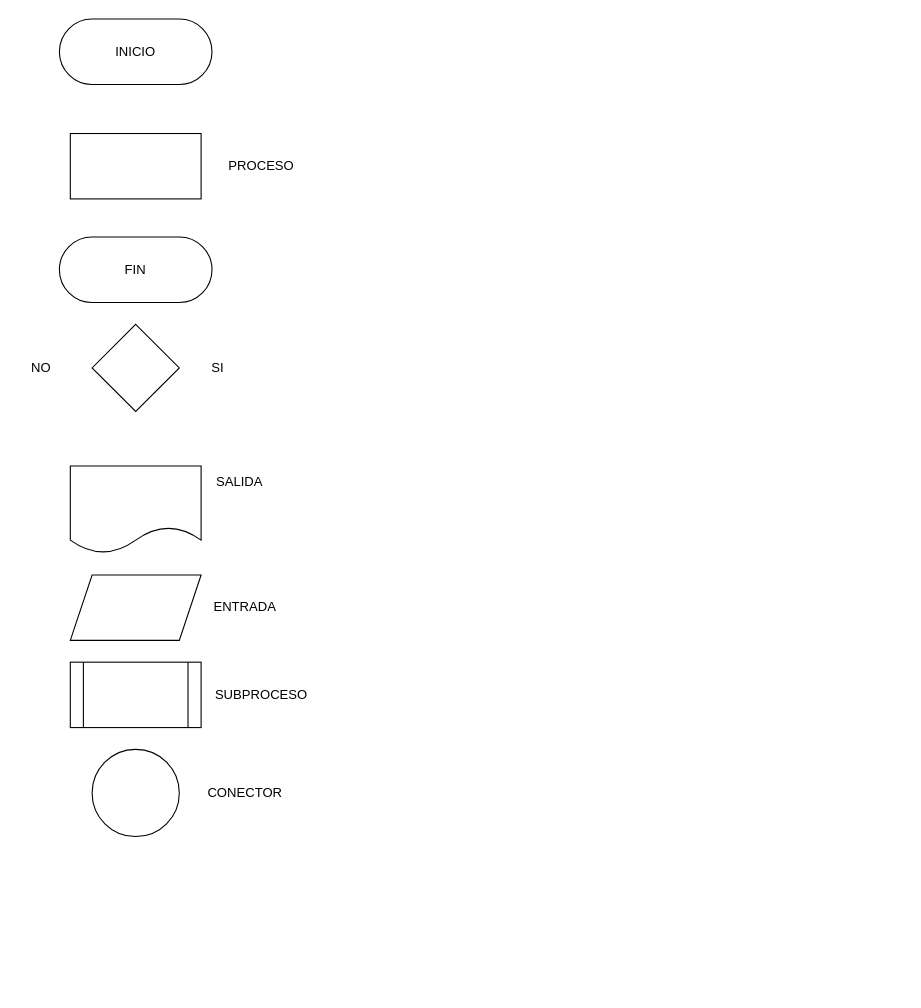
Before: Clase 01.drawio in Fran2109/Algoritmos_y_Estructuras_de_Datos, a draw.io diagram. Source tidied: cells renumbered, new cells numbered last; positions are measured from the earlier drawing's top-left corner, leaving out a move shared by most shapes. Both pictures are drawn from the tidied source at 109%, with x=0, y=0 at pixel (19, 19).
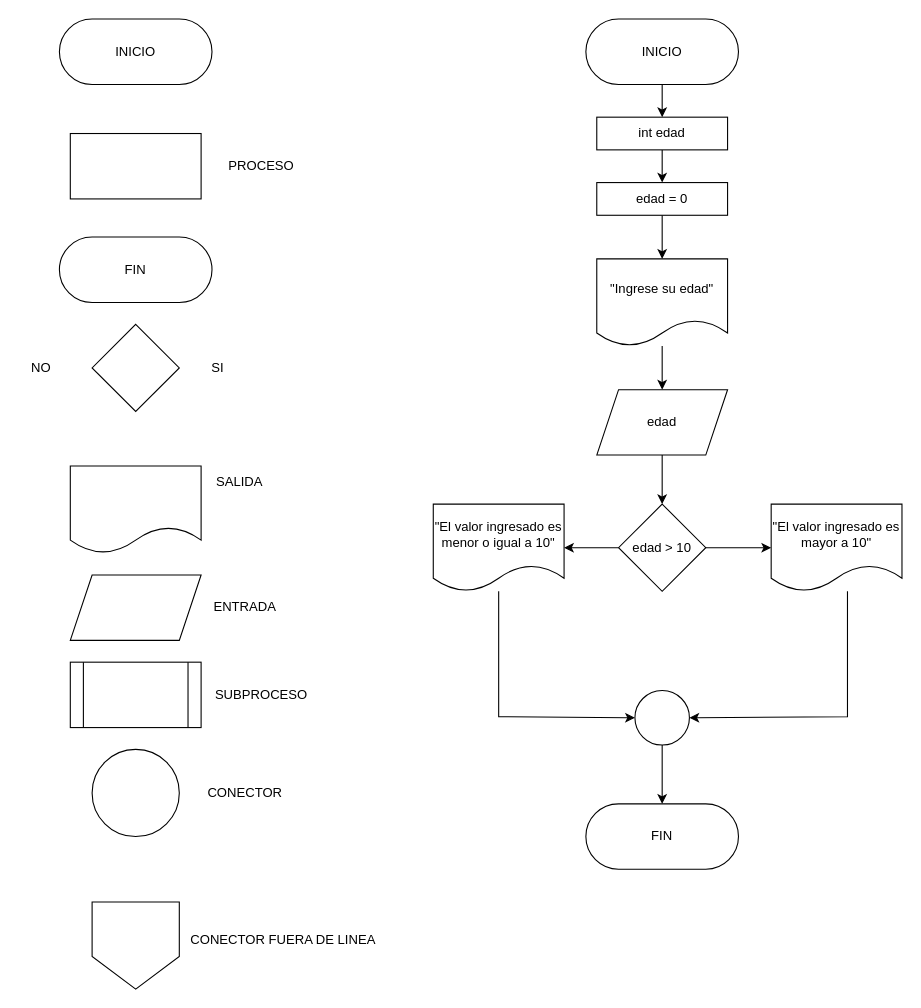
The same diagram, later.

Change to the diagram source:
```diff
@@
+    <mxCell id="17" style="shape=offPageConnector;whiteSpace=wrap;html=1;" parent="1" vertex="1">
+      <mxGeometry x="67" y="810" width="80" height="80" as="geometry" />
+    </mxCell>
+    <mxCell id="18" value="CONECTOR FUERA DE LINEA" style="text;html=1;align=center;verticalAlign=middle;strokeColor=none;fillColor=none;" parent="1" vertex="1">
+      <mxGeometry x="147" y="830" width="190" height="30" as="geometry" />
+    </mxCell>
+    <mxCell id="19" style="edgeStyle=orthogonalEdgeStyle;rounded=0;jettySize=auto;html=1;" parent="1" edge="1" source="20" target="22">
+      <mxGeometry relative="1" as="geometry" />
+    </mxCell>
+    <mxCell id="20" value="INICIO" style="rounded=1;whiteSpace=wrap;html=1;arcSize=50;" parent="1" vertex="1">
+      <mxGeometry x="520" width="140" height="60" as="geometry" />
+    </mxCell>
+    <mxCell id="21" style="edgeStyle=orthogonalEdgeStyle;rounded=0;jettySize=auto;html=1;" parent="1" edge="1" source="22" target="24">
+      <mxGeometry relative="1" as="geometry" />
+    </mxCell>
+    <mxCell id="22" value="int edad" style="rounded=0;whiteSpace=wrap;html=1;" parent="1" vertex="1">
+      <mxGeometry x="530" y="90" width="120" height="30" as="geometry" />
+    </mxCell>
+    <mxCell id="23" style="edgeStyle=orthogonalEdgeStyle;rounded=0;jettySize=auto;html=1;" parent="1" edge="1" source="24" target="26">
+      <mxGeometry relative="1" as="geometry" />
+    </mxCell>
+    <mxCell id="24" value="edad = 0" style="rounded=0;whiteSpace=wrap;html=1;" parent="1" vertex="1">
+      <mxGeometry x="530" y="150" width="120" height="30" as="geometry" />
+    </mxCell>
+    <mxCell id="25" style="edgeStyle=orthogonalEdgeStyle;rounded=0;jettySize=auto;html=1;" parent="1" edge="1" source="26" target="28">
+      <mxGeometry relative="1" as="geometry" />
+    </mxCell>
+    <mxCell id="26" value="&quot;Ingrese su edad&quot;" style="shape=document;whiteSpace=wrap;html=1;boundedLbl=1;" parent="1" vertex="1">
+      <mxGeometry x="530" y="220" width="120" height="80" as="geometry" />
+    </mxCell>
+    <mxCell id="27" style="edgeStyle=orthogonalEdgeStyle;rounded=0;jettySize=auto;html=1;" parent="1" edge="1" source="28" target="31">
+      <mxGeometry relative="1" as="geometry" />
+    </mxCell>
+    <mxCell id="28" value="edad" style="shape=parallelogram;perimeter=parallelogramPerimeter;whiteSpace=wrap;html=1;fixedSize=1;" parent="1" vertex="1">
+      <mxGeometry x="530" y="340" width="120" height="60" as="geometry" />
+    </mxCell>
+    <mxCell id="29" style="edgeStyle=orthogonalEdgeStyle;rounded=0;jettySize=auto;html=1;" parent="1" edge="1" source="31" target="33">
+      <mxGeometry relative="1" as="geometry" />
+    </mxCell>
+    <mxCell id="30" style="edgeStyle=orthogonalEdgeStyle;rounded=0;jettySize=auto;html=1;" parent="1" edge="1" source="31" target="35">
+      <mxGeometry relative="1" as="geometry" />
+    </mxCell>
+    <mxCell id="31" value="edad &amp;gt; 10" style="rhombus;whiteSpace=wrap;html=1;" parent="1" vertex="1">
+      <mxGeometry x="550" y="445" width="80" height="80" as="geometry" />
+    </mxCell>
+    <mxCell id="32" style="edgeStyle=orthogonalEdgeStyle;rounded=0;jettySize=auto;html=1;entryX=1;entryY=0.5;entryDx=0;entryDy=0;" parent="1" edge="1" source="33" target="37">
+      <mxGeometry relative="1" as="geometry">
+        <Array as="points">
+          <mxPoint x="760" y="640" />
+        </Array>
+      </mxGeometry>
+    </mxCell>
+    <mxCell id="33" value="&quot;El valor ingresado es mayor a 10&quot;" style="shape=document;whiteSpace=wrap;html=1;boundedLbl=1;" parent="1" vertex="1">
+      <mxGeometry x="690" y="445" width="120" height="80" as="geometry" />
+    </mxCell>
+    <mxCell id="34" style="edgeStyle=orthogonalEdgeStyle;rounded=0;jettySize=auto;html=1;entryX=0;entryY=0.5;entryDx=0;entryDy=0;" parent="1" edge="1" source="35" target="37">
+      <mxGeometry relative="1" as="geometry">
+        <Array as="points">
+          <mxPoint x="440" y="640" />
+        </Array>
+      </mxGeometry>
+    </mxCell>
+    <mxCell id="35" value="&quot;El valor ingresado es menor o igual a 10&quot;" style="shape=document;whiteSpace=wrap;html=1;boundedLbl=1;" parent="1" vertex="1">
+      <mxGeometry x="380" y="445" width="120" height="80" as="geometry" />
+    </mxCell>
+    <mxCell id="36" style="edgeStyle=orthogonalEdgeStyle;rounded=0;jettySize=auto;html=1;" parent="1" edge="1" source="37" target="38">
+      <mxGeometry relative="1" as="geometry" />
+    </mxCell>
+    <mxCell id="37" style="ellipse;whiteSpace=wrap;html=1;" parent="1" vertex="1">
+      <mxGeometry x="565" y="616" width="50" height="50" as="geometry" />
+    </mxCell>
+    <mxCell id="38" value="FIN" style="rounded=1;whiteSpace=wrap;html=1;arcSize=50;" parent="1" vertex="1">
+      <mxGeometry x="520" y="720" width="140" height="60" as="geometry" />
+    </mxCell>
```
